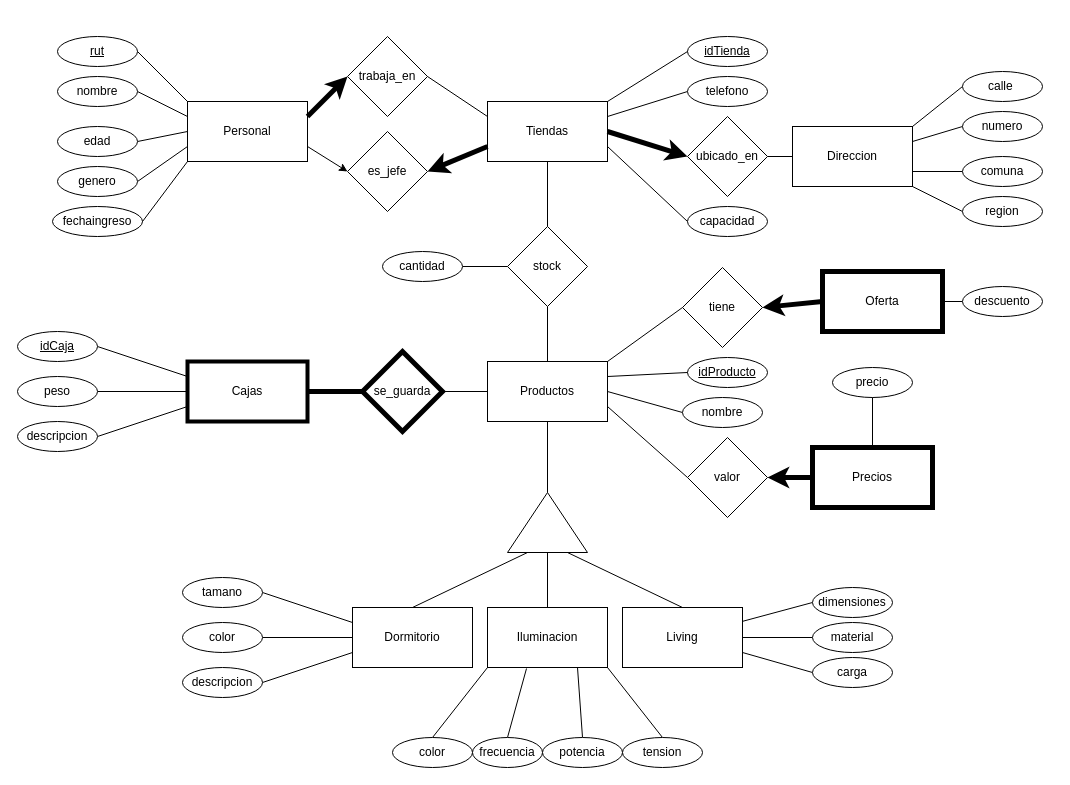
Earlier version of the draw.io diagram Diagrama sin título.drawio (hperaltav/tareasmia). Source tidied: cells renumbered, new cells numbered last; positions are measured from the earlier drawing's top-left corner, leaving out a move shared by most shapes. Both pictures are drawn from the tidied source at 100%, with x=0, y=0 at pixel (17, 36).
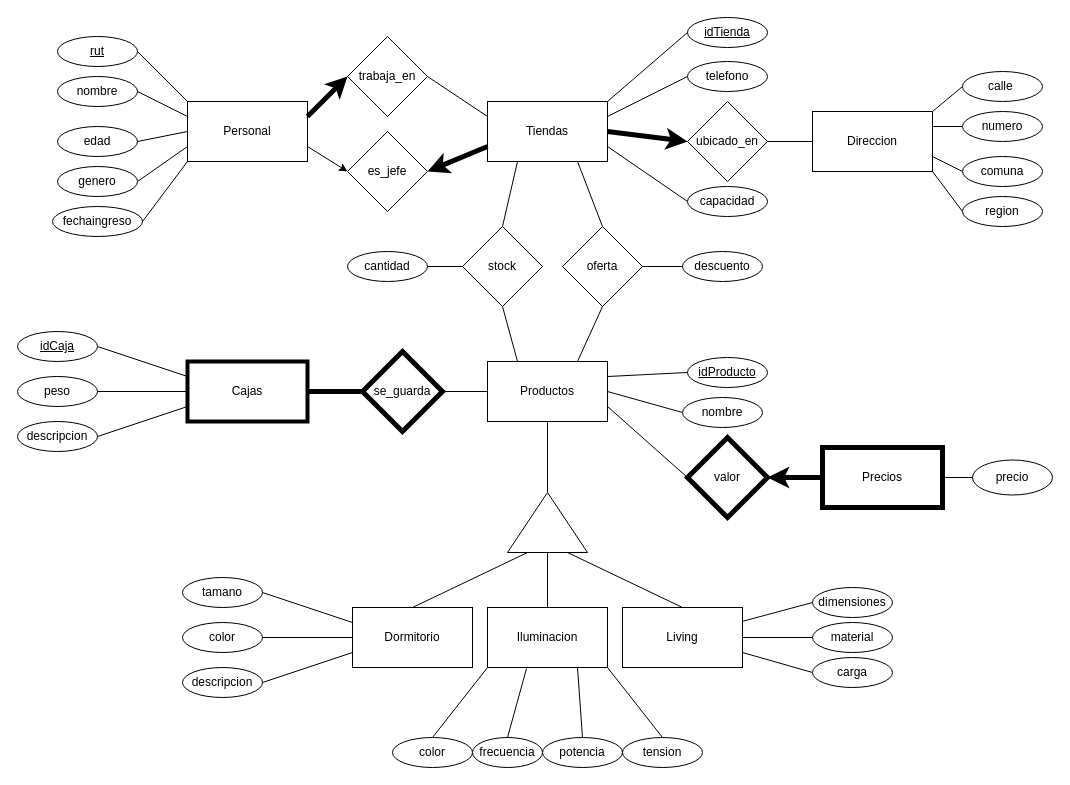
After the change.

Unchanged cells that the change refers to:
```xml
<mxCell id="7" value="Tiendas" style="rounded=0;whiteSpace=wrap;html=1;" parent="1" vertex="1">
  <mxGeometry x="470" y="65" width="120" height="60" as="geometry" />
</mxCell>
<mxCell id="38" value="Productos" style="rounded=0;whiteSpace=wrap;html=1;" parent="1" vertex="1">
  <mxGeometry x="470" y="325" width="120" height="60" as="geometry" />
</mxCell>
```

The edit, as a diff of the source:
```diff
@@
     <mxCell id="20" value="idTienda" style="ellipse;whiteSpace=wrap;html=1;fontStyle=4;" parent="1" vertex="1">
-      <mxGeometry x="670" width="80" height="30" as="geometry" />
+      <mxGeometry x="670" y="-19" width="80" height="30" as="geometry" />
     </mxCell>
@@
     <mxCell id="24" value="telefono" style="ellipse;whiteSpace=wrap;html=1;" parent="1" vertex="1">
-      <mxGeometry x="670" y="40" width="80" height="30" as="geometry" />
+      <mxGeometry x="670" y="25" width="80" height="30" as="geometry" />
     </mxCell>
     <mxCell id="25" value="capacidad" style="ellipse;whiteSpace=wrap;html=1;" parent="1" vertex="1">
-      <mxGeometry x="670" y="170" width="80" height="30" as="geometry" />
+      <mxGeometry x="670" y="150" width="80" height="30" as="geometry" />
     </mxCell>
     <mxCell id="26" value="ubicado_en" style="rhombus;whiteSpace=wrap;html=1;" parent="1" vertex="1">
-      <mxGeometry x="670" y="80" width="80" height="80" as="geometry" />
+      <mxGeometry x="670" y="65" width="80" height="80" as="geometry" />
     </mxCell>
@@
     <mxCell id="28" value="Direccion" style="rounded=0;whiteSpace=wrap;html=1;" parent="1" vertex="1">
-      <mxGeometry x="775" y="90" width="120" height="60" as="geometry" />
+      <mxGeometry x="795" y="75" width="120" height="60" as="geometry" />
     </mxCell>
@@
     <mxCell id="39" value="stock" style="rhombus;whiteSpace=wrap;html=1;" parent="1" vertex="1">
-      <mxGeometry x="490" y="190" width="80" height="80" as="geometry" />
+      <mxGeometry x="445" y="190" width="80" height="80" as="geometry" />
     </mxCell>
@@
-    <mxCell id="44" style="endArrow=none;html=1;rounded=0;entryX=0;entryY=0.5;entryDx=0;entryDy=0;exitX=1;exitY=0.75;exitDx=0;exitDy=0;" parent="1" edge="1" source="38" target="87">
+    <mxCell id="44" style="endArrow=none;html=1;rounded=0;entryX=0;entryY=0.5;entryDx=0;entryDy=0;exitX=1;exitY=0.75;exitDx=0;exitDy=0;strokeWidth=1;" parent="1" edge="1" source="38" target="87">
       <mxGeometry relative="1" as="geometry" />
     </mxCell>
@@
-    <mxCell id="73" style="endArrow=none;html=1;rounded=0;exitX=0.5;exitY=0;exitDx=0;exitDy=0;entryX=0.5;entryY=1;entryDx=0;entryDy=0;" parent="1" edge="1" source="38" target="39">
+    <mxCell id="73" style="endArrow=none;html=1;rounded=0;exitX=0.25;exitY=0;exitDx=0;exitDy=0;entryX=0.5;entryY=1;entryDx=0;entryDy=0;" parent="1" edge="1" source="38" target="39">
       <mxGeometry relative="1" as="geometry" />
     </mxCell>
-    <mxCell id="74" style="endArrow=none;html=1;rounded=0;exitX=0.5;exitY=0;exitDx=0;exitDy=0;entryX=0.5;entryY=1;entryDx=0;entryDy=0;" parent="1" edge="1" source="39" target="7">
+    <mxCell id="74" style="endArrow=none;html=1;rounded=0;exitX=0.5;exitY=0;exitDx=0;exitDy=0;entryX=0.25;entryY=1;entryDx=0;entryDy=0;" parent="1" edge="1" source="39" target="7">
       <mxGeometry relative="1" as="geometry" />
     </mxCell>
@@
     <mxCell id="85" value="cantidad" style="ellipse;whiteSpace=wrap;html=1;" parent="1" vertex="1">
-      <mxGeometry x="365" y="215" width="80" height="30" as="geometry" />
+      <mxGeometry x="330" y="215" width="80" height="30" as="geometry" />
     </mxCell>
     <mxCell id="86" value="Precios" style="rounded=0;whiteSpace=wrap;html=1;strokeWidth=5;" parent="1" vertex="1">
-      <mxGeometry x="795" y="411" width="120" height="60" as="geometry" />
+      <mxGeometry x="805" y="411" width="120" height="60" as="geometry" />
     </mxCell>
-    <mxCell id="87" value="valor" style="rhombus;whiteSpace=wrap;html=1;" parent="1" vertex="1">
+    <mxCell id="87" value="valor" style="rhombus;whiteSpace=wrap;html=1;strokeWidth=5;" parent="1" vertex="1">
       <mxGeometry x="670" y="401" width="80" height="80" as="geometry" />
     </mxCell>
-    <mxCell id="88" value="tiene" style="rhombus;whiteSpace=wrap;html=1;" parent="1" vertex="1">
-      <mxGeometry x="665" y="231" width="80" height="80" as="geometry" />
+    <mxCell id="88" value="oferta" style="rhombus;whiteSpace=wrap;html=1;strokeWidth=1;" parent="1" vertex="1">
+      <mxGeometry x="545" y="190" width="80" height="80" as="geometry" />
     </mxCell>
-    <mxCell id="89" style="endArrow=none;html=1;rounded=0;exitX=1;exitY=0;exitDx=0;exitDy=0;entryX=0;entryY=0.5;entryDx=0;entryDy=0;" parent="1" edge="1" source="38" target="88">
+    <mxCell id="89" style="endArrow=none;html=1;rounded=0;exitX=0.75;exitY=0;exitDx=0;exitDy=0;entryX=0.5;entryY=1;entryDx=0;entryDy=0;" parent="1" edge="1" source="38" target="88">
       <mxGeometry relative="1" as="geometry" />
     </mxCell>
-    <mxCell id="90" value="Oferta" style="rounded=0;whiteSpace=wrap;html=1;strokeWidth=5;" parent="1" vertex="1">
-      <mxGeometry x="805" y="235" width="120" height="60" as="geometry" />
-    </mxCell>
@@
     <mxCell id="93" value="precio" style="ellipse;whiteSpace=wrap;html=1;" parent="1" vertex="1">
-      <mxGeometry x="815" y="331" width="80" height="30" as="geometry" />
+      <mxGeometry x="955" y="423.5" width="80" height="35" as="geometry" />
     </mxCell>
-    <mxCell id="94" style="endArrow=none;html=1;rounded=0;entryX=0.5;entryY=1;entryDx=0;entryDy=0;exitX=0.5;exitY=0;exitDx=0;exitDy=0;" parent="1" edge="1" source="86" target="93">
+    <mxCell id="94" style="endArrow=none;html=1;rounded=0;entryX=0;entryY=0.5;entryDx=0;entryDy=0;exitX=1;exitY=0.5;exitDx=0;exitDy=0;" parent="1" edge="1" source="86" target="93">
       <mxGeometry relative="1" as="geometry" />
     </mxCell>
-    <mxCell id="95" style="endArrow=none;html=1;rounded=0;exitX=1;exitY=0.5;exitDx=0;exitDy=0;entryX=0;entryY=0.5;entryDx=0;entryDy=0;" parent="1" edge="1" source="90" target="96">
+    <mxCell id="95" style="endArrow=none;html=1;rounded=0;exitX=1;exitY=0.5;exitDx=0;exitDy=0;entryX=0;entryY=0.5;entryDx=0;entryDy=0;" parent="1" edge="1" source="88" target="96">
       <mxGeometry relative="1" as="geometry" />
     </mxCell>
     <mxCell id="96" value="descuento" style="ellipse;whiteSpace=wrap;html=1;" parent="1" vertex="1">
-      <mxGeometry x="945" y="250" width="80" height="30" as="geometry" />
+      <mxGeometry x="665" y="215" width="80" height="30" as="geometry" />
     </mxCell>
-    <mxCell id="97" style="endArrow=classic;html=1;rounded=0;exitX=0;exitY=0.5;exitDx=0;exitDy=0;entryX=1;entryY=0.5;entryDx=0;entryDy=0;strokeWidth=5;" parent="1" edge="1" source="90" target="88">
-      <mxGeometry relative="1" as="geometry" />
-    </mxCell>
+    <mxCell id="98" style="endArrow=none;html=1;rounded=0;exitX=0.5;exitY=0;exitDx=0;exitDy=0;entryX=0.75;entryY=1;entryDx=0;entryDy=0;" parent="1" edge="1" source="88" target="7">
+      <mxGeometry relative="1" as="geometry" />
+    </mxCell>
```
